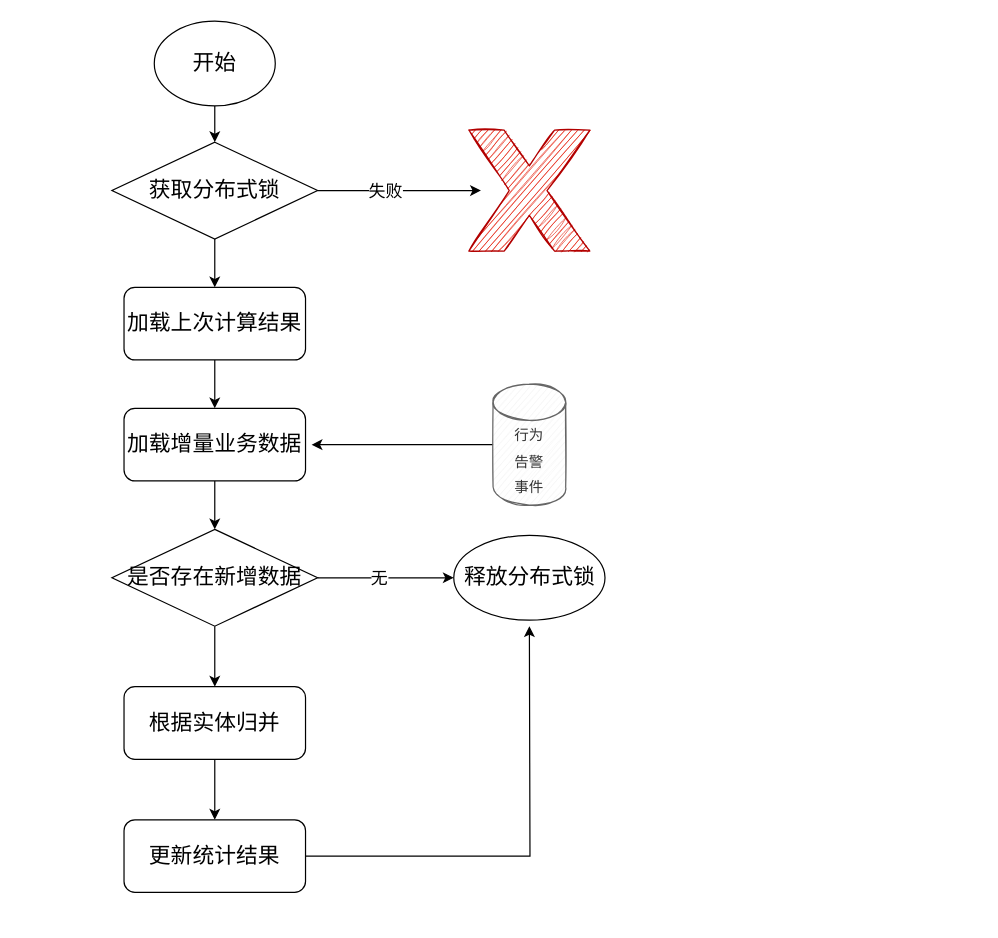
Rocks526/picture-repository keeps this draw.io diagram as 增量计算任务.drawio. Above is the earlier version. Source tidied: cells renumbered, new cells numbered last; positions are measured from the earlier drawing's top-left corner, leaving out a move shared by most shapes. Both pictures are drawn from the tidied source at 121%, with x=0, y=0 at pixel (111, 21).
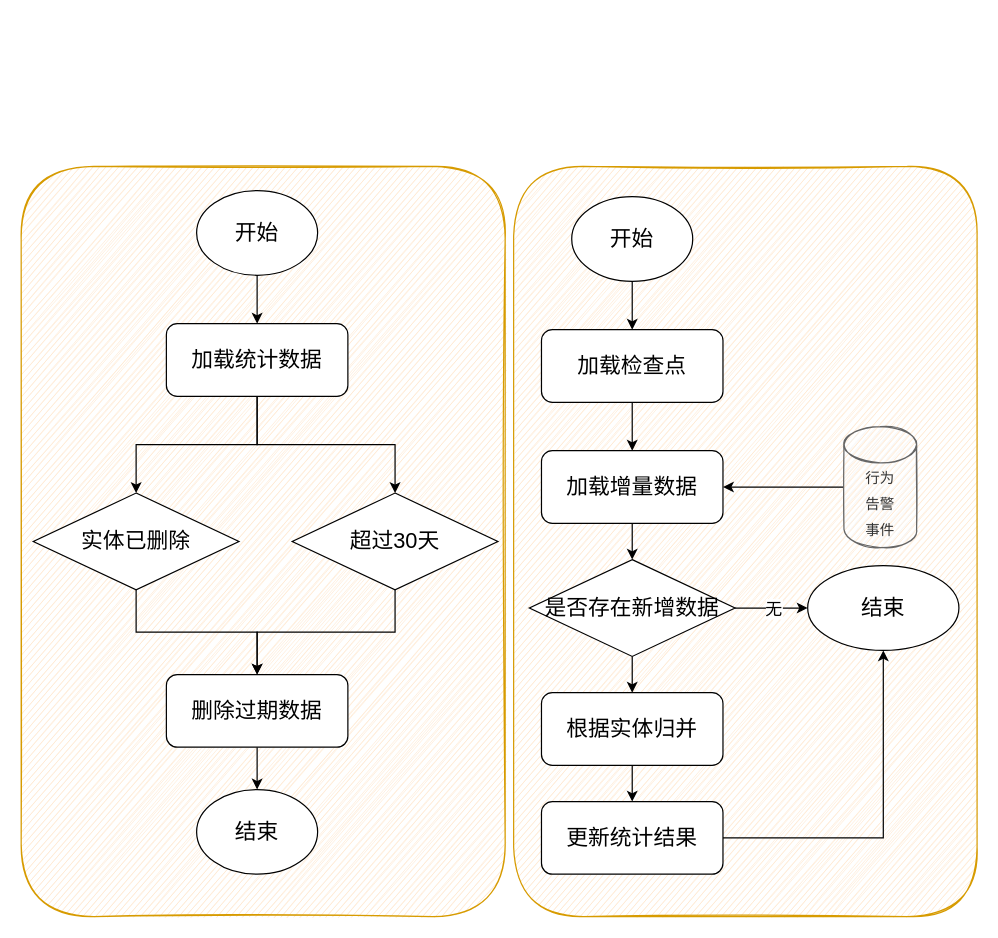
After the change.

Commit message:
更新增量计算任务.drawio

The edit, as a diff of the source:
```diff
@@
-    <mxCell id="2" style="edgeStyle=orthogonalEdgeStyle;rounded=0;jettySize=auto;html=1;fontSize=18;" parent="1" edge="1" source="3" target="7">
-      <mxGeometry relative="1" as="geometry" />
-    </mxCell>
+    <mxCell id="24" style="rounded=1;whiteSpace=wrap;html=1;fillColor=#ffe6cc;strokeColor=#d79b00;sketch=1;" parent="1" vertex="1">
+      <mxGeometry x="332" y="120" width="383" height="620" as="geometry" />
+    </mxCell>
+    <mxCell id="25" style="rounded=1;whiteSpace=wrap;html=1;fillColor=#ffe6cc;strokeColor=#d79b00;sketch=1;" parent="1" vertex="1">
+      <mxGeometry x="-75" y="120" width="400" height="620" as="geometry" />
+    </mxCell>
     <mxCell id="3" value="&lt;font style=&quot;font-size: 18px;&quot;&gt;开始&lt;/font&gt;" style="ellipse;whiteSpace=wrap;html=1;" parent="1" vertex="1">
-      <mxGeometry x="35" width="100" height="70" as="geometry" />
+      <mxGeometry x="380" y="145" width="100" height="70" as="geometry" />
     </mxCell>
-    <mxCell id="4" style="edgeStyle=orthogonalEdgeStyle;rounded=0;jettySize=auto;html=1;fontSize=18;" parent="1" edge="1" source="7" target="9">
+    <mxCell id="4" style="edgeStyle=orthogonalEdgeStyle;rounded=0;jettySize=auto;html=1;fontSize=18;exitX=0.5;exitY=1;exitDx=0;exitDy=0;" parent="1" edge="1" source="3" target="9">
       <mxGeometry relative="1" as="geometry" />
     </mxCell>
-    <mxCell id="5" style="edgeStyle=orthogonalEdgeStyle;rounded=0;jettySize=auto;html=1;entryX=0;entryY=0.5;entryDx=0;entryDy=0;fontSize=18;" parent="1" edge="1" source="7">
-      <mxGeometry relative="1" as="geometry">
-        <mxPoint x="305" y="140" as="targetPoint" />
-      </mxGeometry>
-    </mxCell>
-    <mxCell id="6" value="&lt;font style=&quot;font-size: 14px;&quot;&gt;失败&lt;/font&gt;" style="edgeLabel;html=1;align=center;verticalAlign=middle;fontSize=12;" parent="5" vertex="1">
-      <mxGeometry x="-0.26" y="2" relative="1" as="geometry">
-        <mxPoint x="5" y="2" as="offset" />
-      </mxGeometry>
-    </mxCell>
-    <mxCell id="7" value="获取分布式锁" style="rhombus;whiteSpace=wrap;html=1;fontSize=18;" parent="1" vertex="1">
-      <mxGeometry y="100" width="170" height="80" as="geometry" />
-    </mxCell>
@@
-    <mxCell id="9" value="加载上次计算结果" style="rounded=1;whiteSpace=wrap;html=1;fontSize=18;" parent="1" vertex="1">
-      <mxGeometry x="10" y="220" width="150" height="60" as="geometry" />
+    <mxCell id="9" value="加载检查点" style="rounded=1;whiteSpace=wrap;html=1;fontSize=18;" parent="1" vertex="1">
+      <mxGeometry x="355" y="255" width="150" height="60" as="geometry" />
     </mxCell>
@@
-    <mxCell id="11" value="加载增量业务数据" style="rounded=1;whiteSpace=wrap;html=1;fontSize=18;" parent="1" vertex="1">
-      <mxGeometry x="10" y="320" width="150" height="60" as="geometry" />
+    <mxCell id="11" value="加载增量数据" style="rounded=1;whiteSpace=wrap;html=1;fontSize=18;" parent="1" vertex="1">
+      <mxGeometry x="355" y="355" width="150" height="60" as="geometry" />
     </mxCell>
@@
     <mxCell id="15" value="是否存在新增数据" style="rhombus;whiteSpace=wrap;html=1;fontSize=18;" parent="1" vertex="1">
-      <mxGeometry y="420" width="170" height="80" as="geometry" />
+      <mxGeometry x="345" y="445" width="170" height="80" as="geometry" />
     </mxCell>
@@
     <mxCell id="17" value="根据实体归并" style="rounded=1;whiteSpace=wrap;html=1;fontSize=18;" parent="1" vertex="1">
-      <mxGeometry x="10" y="550" width="150" height="60" as="geometry" />
+      <mxGeometry x="355" y="555" width="150" height="60" as="geometry" />
     </mxCell>
-    <mxCell id="18" style="edgeStyle=orthogonalEdgeStyle;rounded=0;jettySize=auto;html=1;fontSize=12;" parent="1" edge="1" source="19">
-      <mxGeometry relative="1" as="geometry">
-        <mxPoint x="345" y="500" as="targetPoint" />
-      </mxGeometry>
-    </mxCell>
+    <mxCell id="26" style="edgeStyle=orthogonalEdgeStyle;rounded=0;jettySize=auto;html=1;entryX=0.5;entryY=1;entryDx=0;entryDy=0;" parent="1" edge="1" source="19" target="22">
+      <mxGeometry relative="1" as="geometry" />
+    </mxCell>
     <mxCell id="19" value="更新统计结果" style="rounded=1;whiteSpace=wrap;html=1;fontSize=18;" parent="1" vertex="1">
-      <mxGeometry x="10" y="660" width="150" height="60" as="geometry" />
+      <mxGeometry x="355" y="645" width="150" height="60" as="geometry" />
     </mxCell>
-    <mxCell id="20" style="edgeStyle=orthogonalEdgeStyle;rounded=0;jettySize=auto;html=1;fontSize=18;exitX=0;exitY=0.5;exitDx=0;exitDy=0;exitPerimeter=0;" parent="1" edge="1" source="21">
-      <mxGeometry relative="1" as="geometry">
-        <mxPoint x="165" y="350" as="targetPoint" />
-      </mxGeometry>
-    </mxCell>
+    <mxCell id="27" style="edgeStyle=orthogonalEdgeStyle;rounded=0;jettySize=auto;html=1;entryX=1;entryY=0.5;entryDx=0;entryDy=0;" parent="1" edge="1" source="21" target="11">
+      <mxGeometry relative="1" as="geometry" />
+    </mxCell>
     <mxCell id="21" value="&lt;font style=&quot;font-size: 12px;&quot;&gt;行为&lt;br&gt;告警&lt;br&gt;事件&lt;/font&gt;" style="shape=cylinder3;whiteSpace=wrap;html=1;boundedLbl=1;backgroundOutline=1;size=15;fontSize=18;fillColor=#f5f5f5;strokeColor=#666666;sketch=1;fontColor=#333333;" parent="1" vertex="1">
-      <mxGeometry x="315" y="300" width="60" height="100" as="geometry" />
+      <mxGeometry x="605" y="335" width="60" height="100" as="geometry" />
     </mxCell>
-    <mxCell id="22" value="&lt;font style=&quot;font-size: 18px;&quot;&gt;释放分布式锁&lt;/font&gt;" style="ellipse;whiteSpace=wrap;html=1;" parent="1" vertex="1">
-      <mxGeometry x="282.5" y="425" width="125" height="70" as="geometry" />
+    <mxCell id="22" value="&lt;font style=&quot;font-size: 18px;&quot;&gt;结束&lt;/font&gt;" style="ellipse;whiteSpace=wrap;html=1;" parent="1" vertex="1">
+      <mxGeometry x="575" y="450" width="125" height="70" as="geometry" />
     </mxCell>
-    <mxCell id="23" style="verticalLabelPosition=bottom;verticalAlign=top;html=1;shape=mxgraph.basic.x;fontSize=12;fillColor=#e51400;strokeColor=#B20000;fontColor=#ffffff;sketch=1;" parent="1" vertex="1">
-      <mxGeometry x="295" y="90" width="100" height="100" as="geometry" />
-    </mxCell>
+    <mxCell id="28" style="edgeStyle=orthogonalEdgeStyle;rounded=0;jettySize=auto;html=1;" parent="1" edge="1" source="29" target="32">
+      <mxGeometry relative="1" as="geometry" />
+    </mxCell>
+    <mxCell id="29" value="&lt;font style=&quot;font-size: 18px;&quot;&gt;开始&lt;/font&gt;" style="ellipse;whiteSpace=wrap;html=1;" parent="1" vertex="1">
+      <mxGeometry x="70" y="140" width="100" height="70" as="geometry" />
+    </mxCell>
+    <mxCell id="30" style="edgeStyle=orthogonalEdgeStyle;rounded=0;jettySize=auto;html=1;entryX=0.5;entryY=0;entryDx=0;entryDy=0;" parent="1" edge="1" source="32" target="34">
+      <mxGeometry relative="1" as="geometry" />
+    </mxCell>
+    <mxCell id="31" style="edgeStyle=orthogonalEdgeStyle;rounded=0;jettySize=auto;html=1;entryX=0.5;entryY=0;entryDx=0;entryDy=0;" parent="1" edge="1" source="32" target="36">
+      <mxGeometry relative="1" as="geometry" />
+    </mxCell>
+    <mxCell id="32" value="加载统计数据" style="rounded=1;whiteSpace=wrap;html=1;fontSize=18;" parent="1" vertex="1">
+      <mxGeometry x="45" y="250" width="150" height="60" as="geometry" />
+    </mxCell>
+    <mxCell id="33" style="edgeStyle=orthogonalEdgeStyle;rounded=0;jettySize=auto;html=1;entryX=0.5;entryY=0;entryDx=0;entryDy=0;" parent="1" edge="1" source="34" target="38">
+      <mxGeometry relative="1" as="geometry" />
+    </mxCell>
+    <mxCell id="34" value="实体已删除" style="rhombus;whiteSpace=wrap;html=1;fontSize=18;" parent="1" vertex="1">
+      <mxGeometry x="-65" y="390" width="170" height="80" as="geometry" />
+    </mxCell>
+    <mxCell id="35" style="edgeStyle=orthogonalEdgeStyle;rounded=0;jettySize=auto;html=1;entryX=0.5;entryY=0;entryDx=0;entryDy=0;" parent="1" edge="1" source="36" target="38">
+      <mxGeometry relative="1" as="geometry" />
+    </mxCell>
+    <mxCell id="36" value="超过30天" style="rhombus;whiteSpace=wrap;html=1;fontSize=18;" parent="1" vertex="1">
+      <mxGeometry x="149" y="390" width="170" height="80" as="geometry" />
+    </mxCell>
+    <mxCell id="37" style="edgeStyle=orthogonalEdgeStyle;rounded=0;jettySize=auto;html=1;" parent="1" edge="1" source="38" target="39">
+      <mxGeometry relative="1" as="geometry" />
+    </mxCell>
+    <mxCell id="38" value="删除过期数据" style="rounded=1;whiteSpace=wrap;html=1;fontSize=18;" parent="1" vertex="1">
+      <mxGeometry x="45" y="540" width="150" height="60" as="geometry" />
+    </mxCell>
+    <mxCell id="39" value="&lt;font style=&quot;font-size: 18px;&quot;&gt;结束&lt;/font&gt;" style="ellipse;whiteSpace=wrap;html=1;" parent="1" vertex="1">
+      <mxGeometry x="70" y="635" width="100" height="70" as="geometry" />
+    </mxCell>
```
